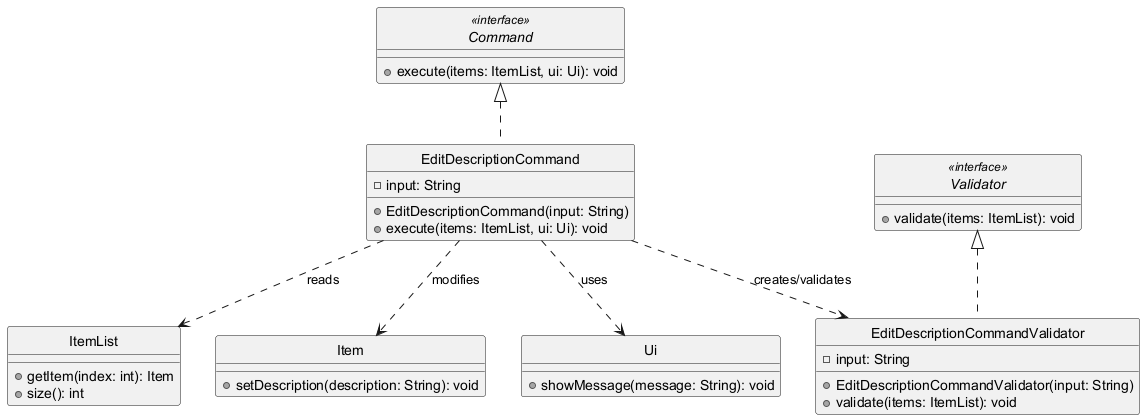
This is docs/diagrams/EditDescriptionCommandClassDiagram.png from adbsw/tp, a PlantUML export, as it was before one commit.
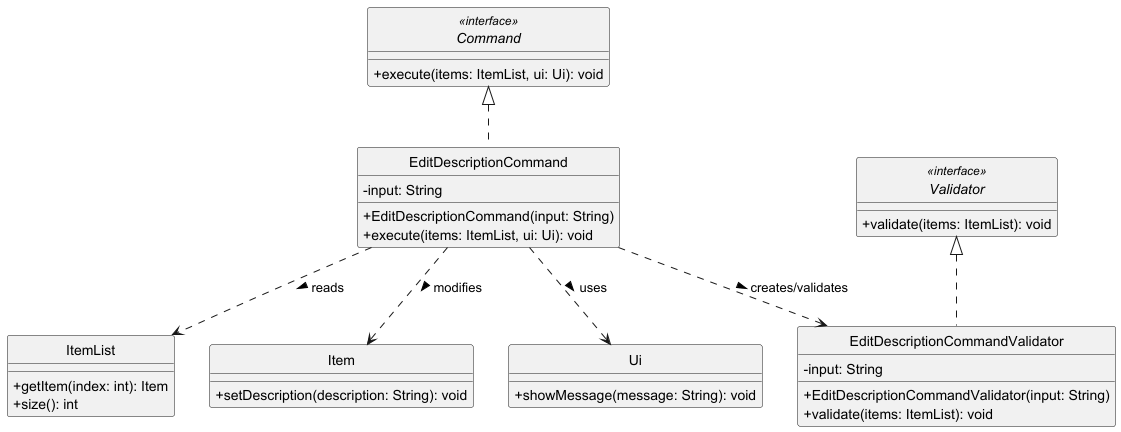
Later version of the same file.

Change to the diagram source:
```diff
@@ -1,6 +1,7 @@
 @startuml
 skinparam monochrome true
 skinparam shadowing false
+skinparam classAttributeIconSize 0
 hide circle
 
 interface Command <<interface>> {
@@ -38,9 +39,9 @@
 
 Command <|.. EditDescriptionCommand
 Validator <|.. EditDescriptionCommandValidator
-EditDescriptionCommand ..> EditDescriptionCommandValidator : creates/validates
-EditDescriptionCommand ..> ItemList : reads
-EditDescriptionCommand ..> Item : modifies
-EditDescriptionCommand ..> Ui : uses
+EditDescriptionCommand ..> EditDescriptionCommandValidator : creates/validates >
+EditDescriptionCommand ..> ItemList : reads >
+EditDescriptionCommand ..> Item : modifies >
+EditDescriptionCommand ..> Ui : uses >
 
 @enduml
```
